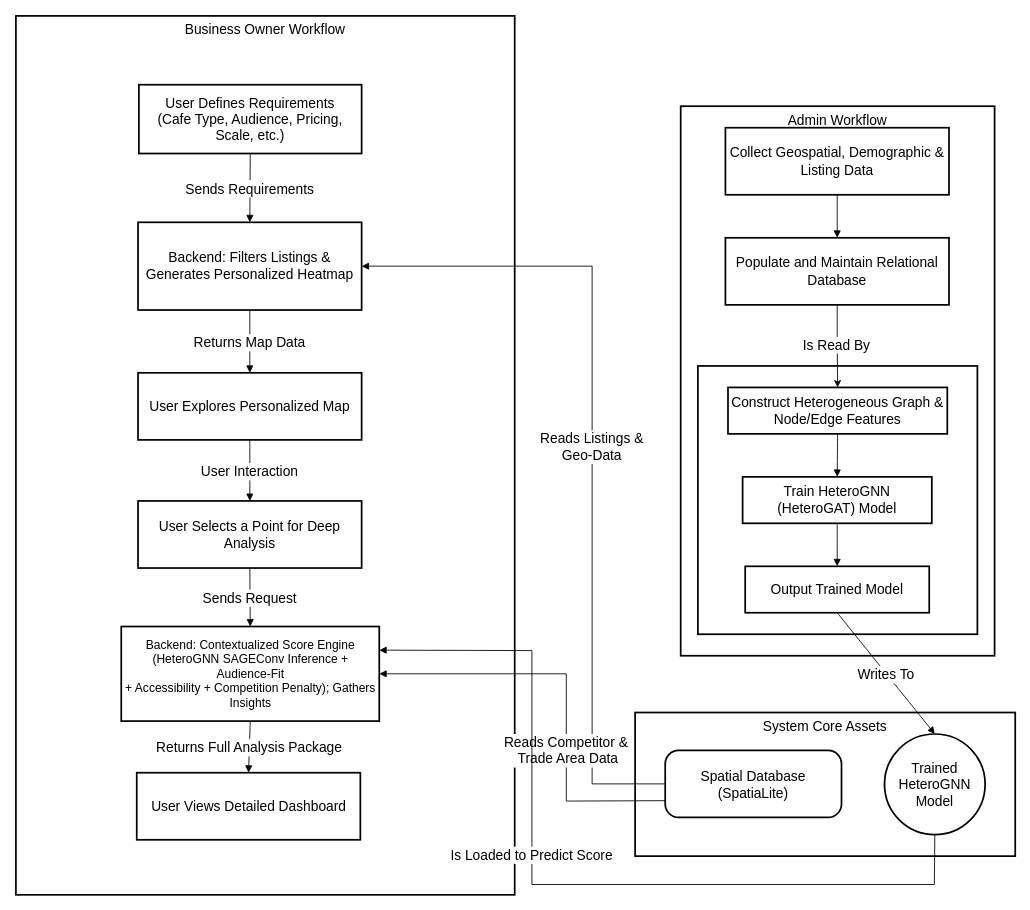
Sujalcha7/SiteX_Doc keeps this draw.io diagram as drawiofiles/Workflow.drawio. Above is the earlier version. Source tidied: cells renumbered, new cells numbered last; positions are measured from the earlier drawing's top-left corner, leaving out a move shared by most shapes. Both pictures are drawn from the tidied source at 86%, with x=0, y=0 at pixel (15, 15).
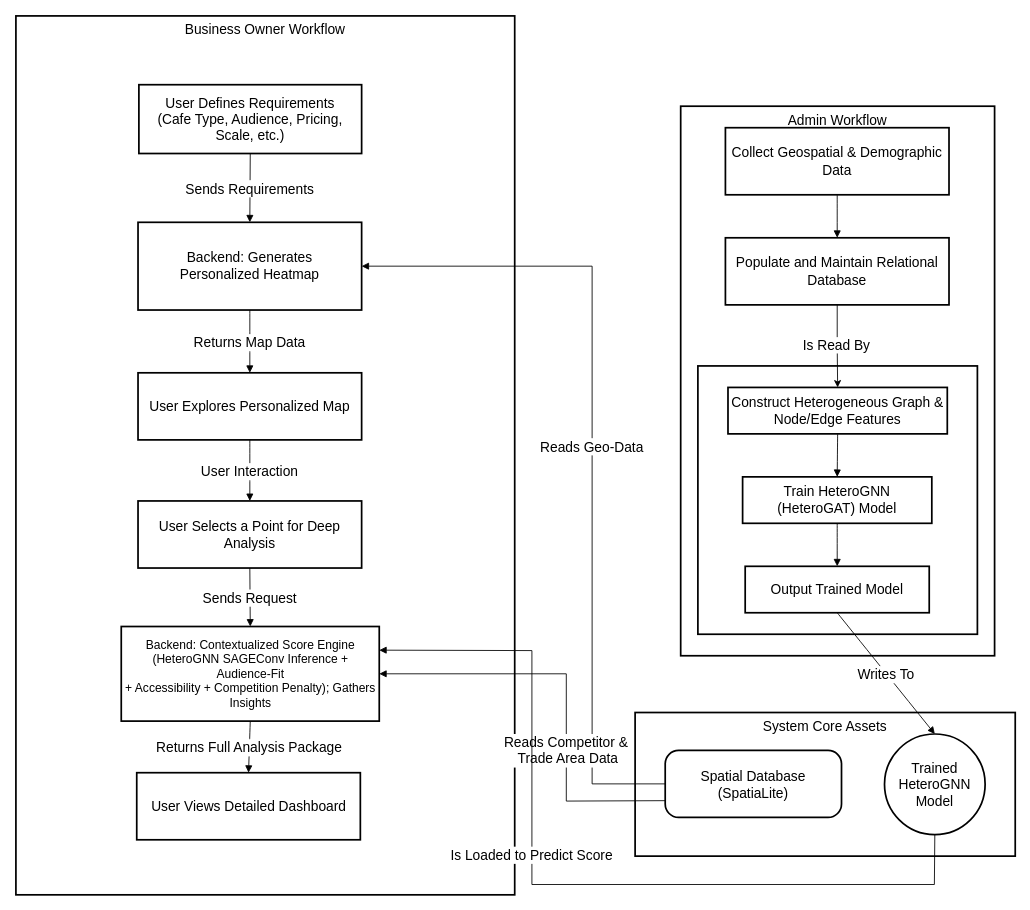
The same diagram, later.

Unchanged cells that the change refers to:
```xml
<mxCell id="13" value="Spatial Database&#10;(SpatiaLite)" style="rounded=1;arcSize=20;strokeWidth=2;fontSize=16;" parent="1" vertex="1">
  <mxGeometry x="755" y="854" width="205" height="78" as="geometry" />
</mxCell>
```

The edit, as a diff of the source:
```diff
@@
-    <mxCell id="9" value="Collect Geospatial, Demographic &amp; Listing Data" style="whiteSpace=wrap;strokeWidth=2;fontSize=16;" parent="1" vertex="1">
+    <mxCell id="9" value="Collect Geospatial &amp; Demographic Data" style="whiteSpace=wrap;strokeWidth=2;fontSize=16;" parent="1" vertex="1">
       <mxGeometry x="825" y="130" width="260" height="78" as="geometry" />
     </mxCell>
@@
-    <mxCell id="16" value="Backend: Filters Listings &amp;&#10;Generates Personalized Heatmap" style="whiteSpace=wrap;strokeWidth=2;fontSize=16;" parent="1" vertex="1">
+    <mxCell id="16" value="Backend: Generates&#10;Personalized Heatmap" style="whiteSpace=wrap;strokeWidth=2;fontSize=16;" parent="1" vertex="1">
       <mxGeometry x="142" y="240" width="260" height="102" as="geometry" />
     </mxCell>
@@
-    <mxCell id="26" value="Reads Listings &amp;&#10;Geo-Data" style="curved=0;startArrow=none;endArrow=block;exitX=0;exitY=0.5;entryX=1;entryY=0.5;rounded=0;exitDx=0;exitDy=0;entryDx=0;entryDy=0;fontSize=16;" parent="1" edge="1" source="13" target="16">
+    <mxCell id="26" value="Reads Geo-Data" style="curved=0;startArrow=none;endArrow=block;exitX=0;exitY=0.5;entryX=1;entryY=0.5;rounded=0;exitDx=0;exitDy=0;entryDx=0;entryDy=0;fontSize=16;" parent="1" edge="1" source="13" target="16">
       <mxGeometry relative="1" as="geometry">
         <Array as="points">
           <mxPoint x="670" y="893" />
           <mxPoint x="670" y="291" />
         </Array>
       </mxGeometry>
     </mxCell>
```
